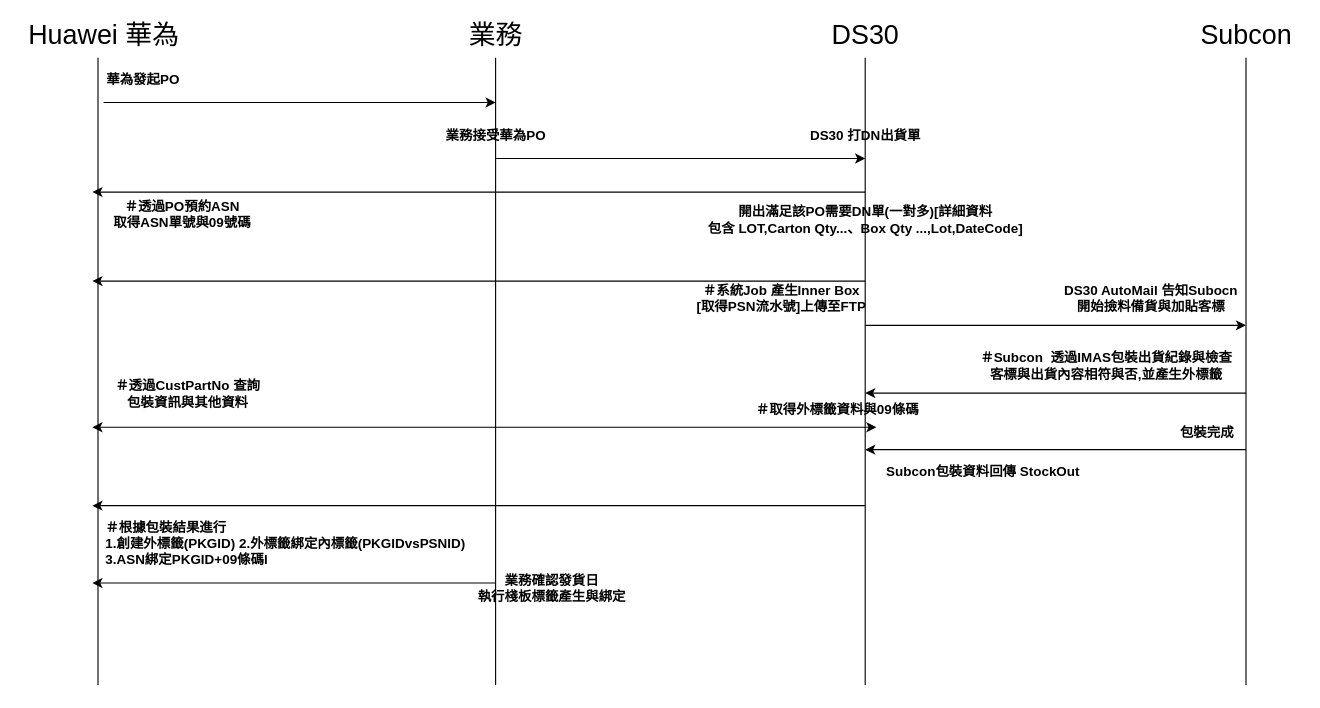
This is Huawei_ASN_Flow.drawio from Charles886/DrawIO, a draw.io file, before an edit. Source tidied: cells renumbered, new cells numbered last; positions are measured from the earlier drawing's top-left corner, leaving out a move shared by most shapes. Both pictures are drawn from the tidied source at 112%, with x=0, y=0 at pixel (19, 24).
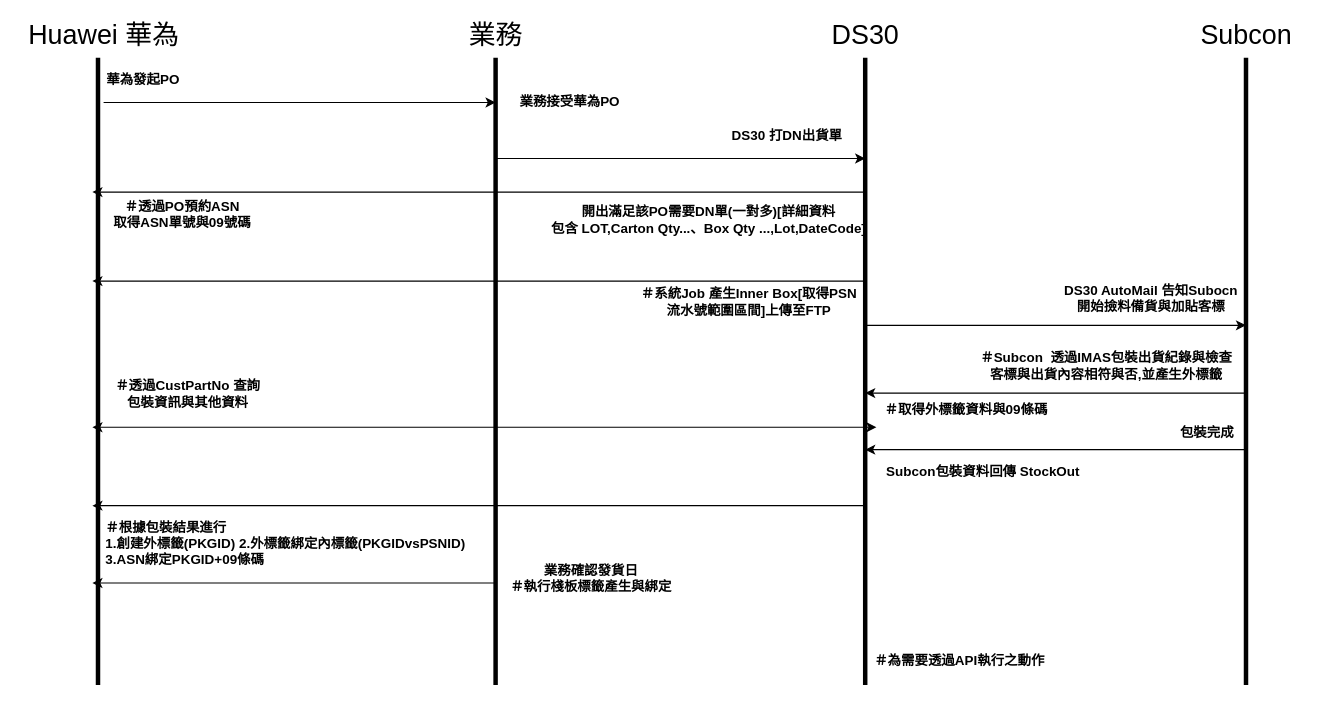
Above is the later version.

What changed in the source:
```diff
@@
-    <mxCell id="3" style="endArrow=none;html=1;" parent="1" edge="1">
+    <mxCell id="3" style="endArrow=none;html=1;strokeColor=#000000;strokeWidth=4;" parent="1" edge="1">
       <mxGeometry relative="1" as="geometry">
         <mxPoint x="425" y="590" as="sourcePoint" />
         <mxPoint x="425" y="30" as="targetPoint" />
       </mxGeometry>
     </mxCell>
@@
-    <mxCell id="5" style="endArrow=none;html=1;" parent="1" edge="1">
+    <mxCell id="5" style="endArrow=none;html=1;strokeWidth=4;" parent="1" edge="1">
       <mxGeometry relative="1" as="geometry">
         <mxPoint x="755" y="590" as="sourcePoint" />
         <mxPoint x="755" y="30" as="targetPoint" />
       </mxGeometry>
     </mxCell>
@@
-    <mxCell id="7" style="endArrow=none;html=1;" parent="1" edge="1">
+    <mxCell id="7" style="endArrow=none;html=1;strokeWidth=4;" parent="1" edge="1">
       <mxGeometry relative="1" as="geometry">
         <mxPoint x="1095" y="590" as="sourcePoint" />
         <mxPoint x="1095" y="30" as="targetPoint" />
       </mxGeometry>
     </mxCell>
@@
-    <mxCell id="9" style="endArrow=none;html=1;" parent="1" edge="1">
+    <mxCell id="9" style="endArrow=none;html=1;strokeWidth=4;" parent="1" edge="1">
       <mxGeometry relative="1" as="geometry">
         <mxPoint x="70" y="590" as="sourcePoint" />
         <mxPoint x="70" y="30" as="targetPoint" />
       </mxGeometry>
     </mxCell>
@@
     <mxCell id="14" value="&lt;b&gt;業務接受華為PO&lt;/b&gt;" style="text;html=1;align=center;verticalAlign=middle;" parent="1" vertex="1">
-      <mxGeometry x="370" y="90" width="110" height="20" as="geometry" />
+      <mxGeometry x="436" y="60" width="110" height="20" as="geometry" />
     </mxCell>
     <mxCell id="15" value="&lt;b&gt;DS30 打DN出貨單&lt;/b&gt;" style="text;html=1;align=center;verticalAlign=middle;" parent="1" vertex="1">
-      <mxGeometry x="695" y="90" width="120" height="20" as="geometry" />
+      <mxGeometry x="625" y="90" width="120" height="20" as="geometry" />
     </mxCell>
     <mxCell id="16" value="&lt;b&gt;開出滿足該PO需要DN單(一對多)[詳細資料&lt;br&gt;包含 LOT,Carton Qty...、Box Qty ...,Lot,DateCode]&lt;/b&gt;" style="text;html=1;align=center;verticalAlign=middle;" parent="1" vertex="1">
-      <mxGeometry x="610" y="160" width="290" height="30" as="geometry" />
+      <mxGeometry x="470" y="160" width="290" height="30" as="geometry" />
     </mxCell>
@@
-    <mxCell id="19" value="＃系統Job 產生Inner Box&lt;br&gt;[取得PSN流水號]上傳至FTP" style="text;html=1;align=center;verticalAlign=middle;fontStyle=1;" parent="1" vertex="1">
-      <mxGeometry x="595" y="230" width="170" height="30" as="geometry" />
+    <mxCell id="19" value="＃系統Job 產生Inner Box[取得PSN&lt;br&gt;流水號範圍區間]上傳至FTP" style="text;html=1;align=center;verticalAlign=middle;fontStyle=1;" parent="1" vertex="1">
+      <mxGeometry x="546" y="233" width="210" height="30" as="geometry" />
     </mxCell>
@@
     <mxCell id="24" value="＃取得外標籤資料與09條碼" style="text;html=1;align=center;verticalAlign=middle;fontStyle=1;" parent="1" vertex="1">
-      <mxGeometry x="645" y="335" width="170" height="20" as="geometry" />
+      <mxGeometry x="760" y="335" width="170" height="20" as="geometry" />
     </mxCell>
@@
-    <mxCell id="31" value="＃根據包裝結果進行&lt;br&gt;1.創建外標籤(PKGID) 2.外標籤綁定內標籤(PKGIDvsPSNID) &lt;br&gt;3.ASN綁定PKGID+09條碼l&amp;nbsp;" style="text;html=1;align=left;verticalAlign=middle;fontStyle=1;" parent="1" vertex="1">
+    <mxCell id="31" value="＃根據包裝結果進行&lt;br&gt;1.創建外標籤(PKGID) 2.外標籤綁定內標籤(PKGIDvsPSNID) &lt;br&gt;3.ASN綁定PKGID+09條碼" style="text;html=1;align=left;verticalAlign=middle;fontStyle=1;" parent="1" vertex="1">
       <mxGeometry x="75" y="439" width="340" height="50" as="geometry" />
     </mxCell>
@@
-    <mxCell id="33" value="業務確認發貨日&lt;br&gt;執行棧板標籤產生與綁定" style="text;html=1;align=center;verticalAlign=middle;fontStyle=1;" parent="1" vertex="1">
-      <mxGeometry x="395" y="489" width="160" height="30" as="geometry" />
+    <mxCell id="33" value="業務確認發貨日&lt;br&gt;＃執行棧板標籤產生與綁定" style="text;html=1;align=center;verticalAlign=middle;fontStyle=1;" parent="1" vertex="1">
+      <mxGeometry x="425" y="480" width="170" height="30" as="geometry" />
     </mxCell>
+    <mxCell id="34" value="＃為需要透過API執行之動作" style="text;html=1;align=center;verticalAlign=middle;fontStyle=1;" parent="1" vertex="1">
+      <mxGeometry x="749" y="559" width="180" height="20" as="geometry" />
+    </mxCell>
```
